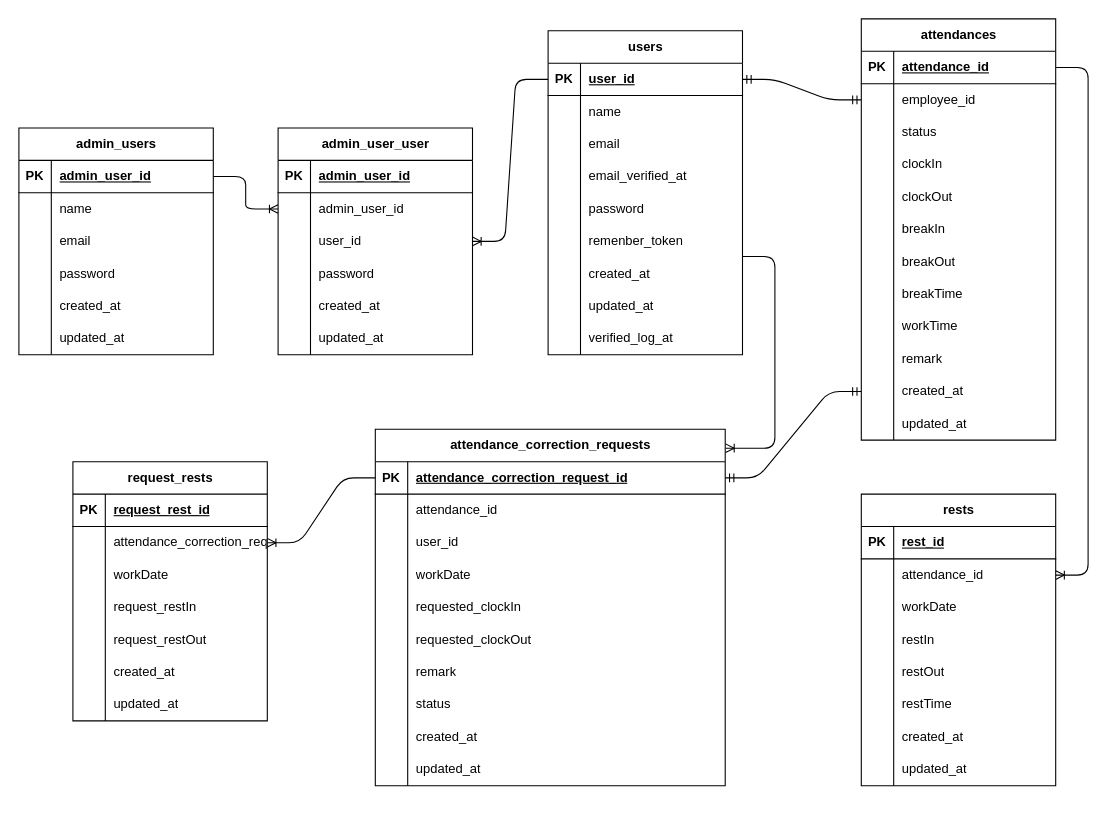
This is src/erd.drawio from renmuramatsu-rm/mocktest2, a draw.io file, before an edit. Source tidied: cells renumbered, new cells numbered last; positions are measured from the earlier drawing's top-left corner, leaving out a move shared by most shapes. Both pictures are drawn from the tidied source at 108%, with x=0, y=0 at pixel (18, 18).
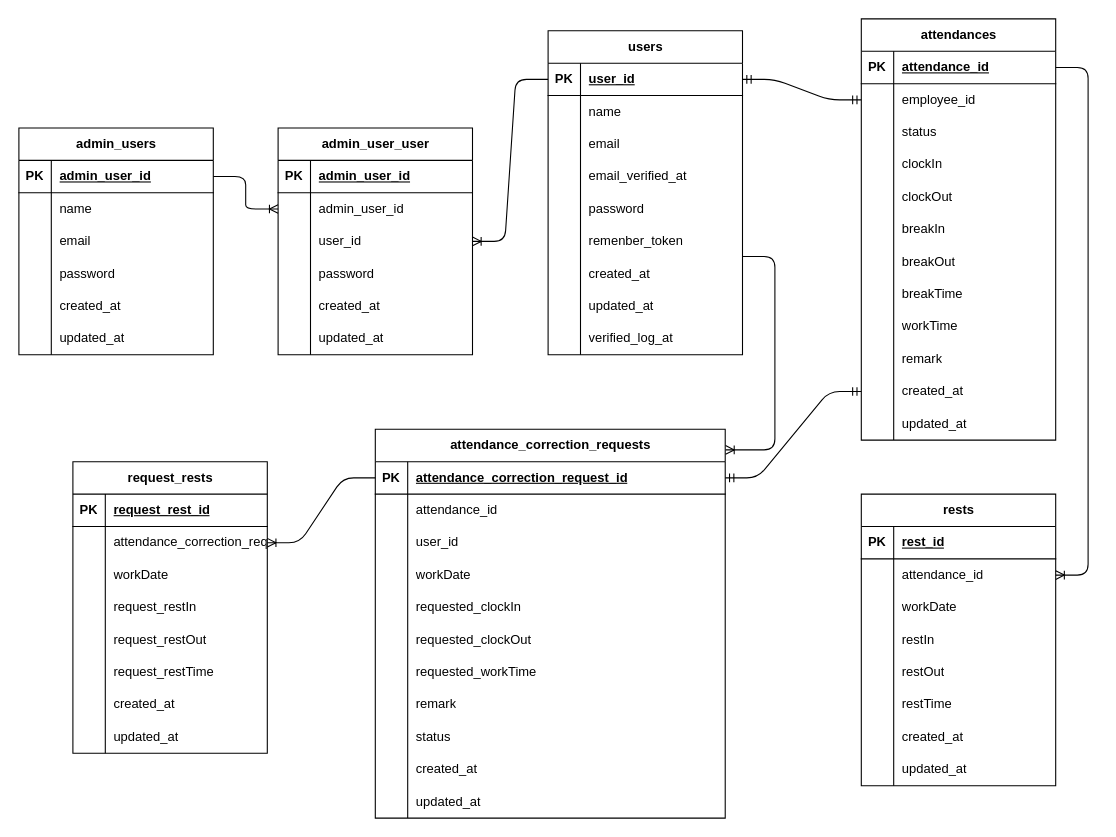
The same diagram, later.

The edit, as a diff of the source:
```diff
@@
     <mxCell id="131" value="attendance_correction_requests" style="shape=table;startSize=30;childLayout=tableLayout;rowLines=0;fontStyle=1;align=center;html=1;" parent="1" vertex="1">
-      <mxGeometry x="330" y="380" width="324" height="330" as="geometry" />
+      <mxGeometry x="330" y="380" width="324" height="360" as="geometry" />
     </mxCell>
@@
+    <mxCell id="190" style="shape=tableRow;horizontal=0;startSize=0;swimlaneHead=0;swimlaneBody=0;fillColor=none;top=0;left=0;right=0;bottom=0;" parent="131" vertex="1">
+      <mxGeometry y="210" width="324" height="30" as="geometry" />
+    </mxCell>
+    <mxCell id="191" style="shape=partialRectangle;fillColor=none;top=0;left=0;bottom=0;right=0;overflow=hidden;whiteSpace=wrap;html=1;" parent="190" vertex="1">
+      <mxGeometry width="30" height="30" as="geometry" />
+    </mxCell>
+    <mxCell id="192" value="requested_workTime" style="shape=partialRectangle;fillColor=none;top=0;left=0;bottom=0;right=0;align=left;spacingLeft=6;overflow=hidden;whiteSpace=wrap;html=1;" parent="190" vertex="1">
+      <mxGeometry x="30" width="294" height="30" as="geometry" />
+    </mxCell>
     <mxCell id="150" style="shape=tableRow;horizontal=0;startSize=0;swimlaneHead=0;swimlaneBody=0;fillColor=none;top=0;left=0;right=0;bottom=0;" parent="131" vertex="1">
-      <mxGeometry y="210" width="324" height="30" as="geometry" />
+      <mxGeometry y="240" width="324" height="30" as="geometry" />
     </mxCell>
@@
     <mxCell id="153" style="shape=tableRow;horizontal=0;startSize=0;swimlaneHead=0;swimlaneBody=0;fillColor=none;top=0;left=0;right=0;bottom=0;" parent="131" vertex="1">
-      <mxGeometry y="240" width="324" height="30" as="geometry" />
+      <mxGeometry y="270" width="324" height="30" as="geometry" />
     </mxCell>
@@
     <mxCell id="156" style="shape=tableRow;horizontal=0;startSize=0;swimlaneHead=0;swimlaneBody=0;fillColor=none;top=0;left=0;right=0;bottom=0;" parent="131" vertex="1">
-      <mxGeometry y="270" width="324" height="30" as="geometry" />
+      <mxGeometry y="300" width="324" height="30" as="geometry" />
     </mxCell>
@@
     <mxCell id="159" style="shape=tableRow;horizontal=0;startSize=0;swimlaneHead=0;swimlaneBody=0;fillColor=none;top=0;left=0;right=0;bottom=0;" parent="131" vertex="1">
-      <mxGeometry y="300" width="324" height="30" as="geometry" />
+      <mxGeometry y="330" width="324" height="30" as="geometry" />
     </mxCell>
@@
     <mxCell id="162" value="request_rests" style="shape=table;startSize=30;childLayout=tableLayout;rowLines=0;fontStyle=1;align=center;html=1;" parent="1" vertex="1">
-      <mxGeometry x="50" y="410" width="180" height="240" as="geometry" />
+      <mxGeometry x="50" y="410" width="180" height="270" as="geometry" />
     </mxCell>
@@
+    <mxCell id="193" style="shape=tableRow;horizontal=0;startSize=0;swimlaneHead=0;swimlaneBody=0;fillColor=none;top=0;left=0;right=0;bottom=0;" parent="162" vertex="1">
+      <mxGeometry y="180" width="180" height="30" as="geometry" />
+    </mxCell>
+    <mxCell id="194" style="shape=partialRectangle;fillColor=none;top=0;left=0;bottom=0;right=0;overflow=hidden;whiteSpace=wrap;html=1;" parent="193" vertex="1">
+      <mxGeometry width="30" height="30" as="geometry" />
+    </mxCell>
+    <mxCell id="195" value="request_restTime" style="shape=partialRectangle;fillColor=none;top=0;left=0;bottom=0;right=0;align=left;spacingLeft=6;overflow=hidden;whiteSpace=wrap;html=1;" parent="193" vertex="1">
+      <mxGeometry x="30" width="150" height="30" as="geometry" />
+    </mxCell>
     <mxCell id="178" style="shape=tableRow;horizontal=0;startSize=0;swimlaneHead=0;swimlaneBody=0;fillColor=none;top=0;left=0;right=0;bottom=0;" parent="162" vertex="1">
-      <mxGeometry y="180" width="180" height="30" as="geometry" />
+      <mxGeometry y="210" width="180" height="30" as="geometry" />
     </mxCell>
@@
     <mxCell id="181" style="shape=tableRow;horizontal=0;startSize=0;swimlaneHead=0;swimlaneBody=0;fillColor=none;top=0;left=0;right=0;bottom=0;" parent="162" vertex="1">
-      <mxGeometry y="210" width="180" height="30" as="geometry" />
+      <mxGeometry y="240" width="180" height="30" as="geometry" />
     </mxCell>
```
